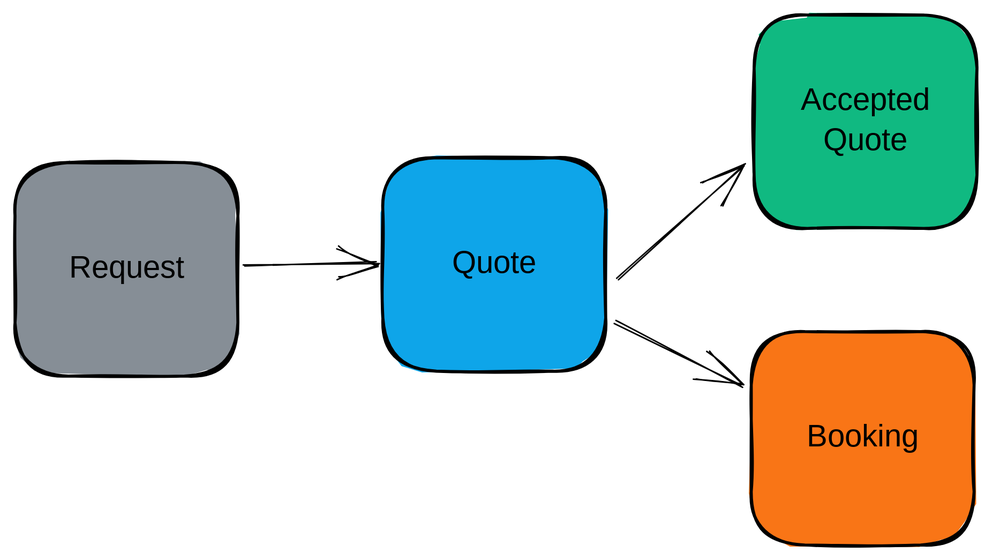
Above: .gitbook/assets/file.excalidraw.svg in dircm/aeroquote-support-gitbook (Excalidraw), before the change. Source tidied: one line per element, renumbered; positions are measured from the earlier drawing's top-left corner, leaving out a move shared by most shapes.
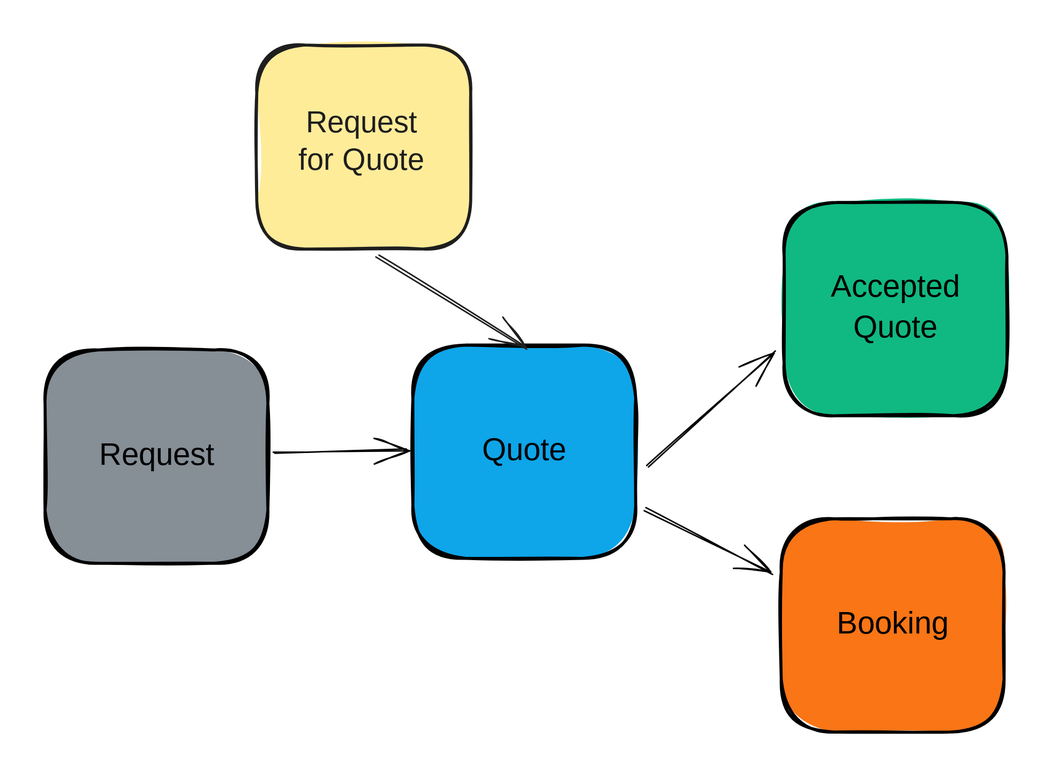
The same file after the commit.

Commit message:
GITBOOK-87: No subject

What changed in the source:
```diff
@@ -9,3 +9,6 @@
 {"id": 8, "type": "arrow", "strokeColor": "#000000", "backgroundColor": "#40c057", "fillStyle": "hachure", "strokeWidth": 1, "roughness": 1, "endArrowhead": "arrow", "round": true, "from": 0, "to": 2, "x": 152, "y": 167, "width": 90, "height": 2, "points": [[0, 0], [90, -2]]}
 {"id": 9, "type": "arrow", "strokeColor": "#000000", "backgroundColor": "#40c057", "fillStyle": "hachure", "strokeWidth": 1, "roughness": 1, "endArrowhead": "arrow", "round": true, "from": 2, "to": 6, "x": 400, "y": 205, "width": 86, "height": 43, "points": [[0, 0], [86, 43]]}
 {"id": 10, "type": "arrow", "strokeColor": "#000000", "backgroundColor": "#40c057", "fillStyle": "hachure", "strokeWidth": 1, "roughness": 1, "endArrowhead": "arrow", "round": true, "from": 2, "to": 4, "x": 402, "y": 176, "width": 85, "height": 77, "points": [[0, 0], [85, -77]]}
+{"id": 11, "type": "rectangle", "strokeColor": "#1e1e1e", "backgroundColor": "#ffec99", "fillStyle": "solid", "strokeWidth": 2, "roughness": 1, "round": true, "x": 141, "y": -105, "width": 143, "height": 136}
+{"id": 12, "type": "text", "text": "Request\nfor Quote", "strokeColor": "#1e1e1e", "strokeWidth": 2, "roughness": 1, "fontSize": 20, "fontFamily": 5, "textAlign": "center", "x": 162, "y": -64, "width": 98, "height": 50}
+{"id": 13, "type": "arrow", "strokeColor": "#1e1e1e", "strokeWidth": 1, "roughness": 1, "endArrowhead": "arrow", "round": true, "from": 11, "to": 2, "x": 221, "y": 37, "width": 100, "height": 60, "points": [[0, 0], [100, 60]]}
```
